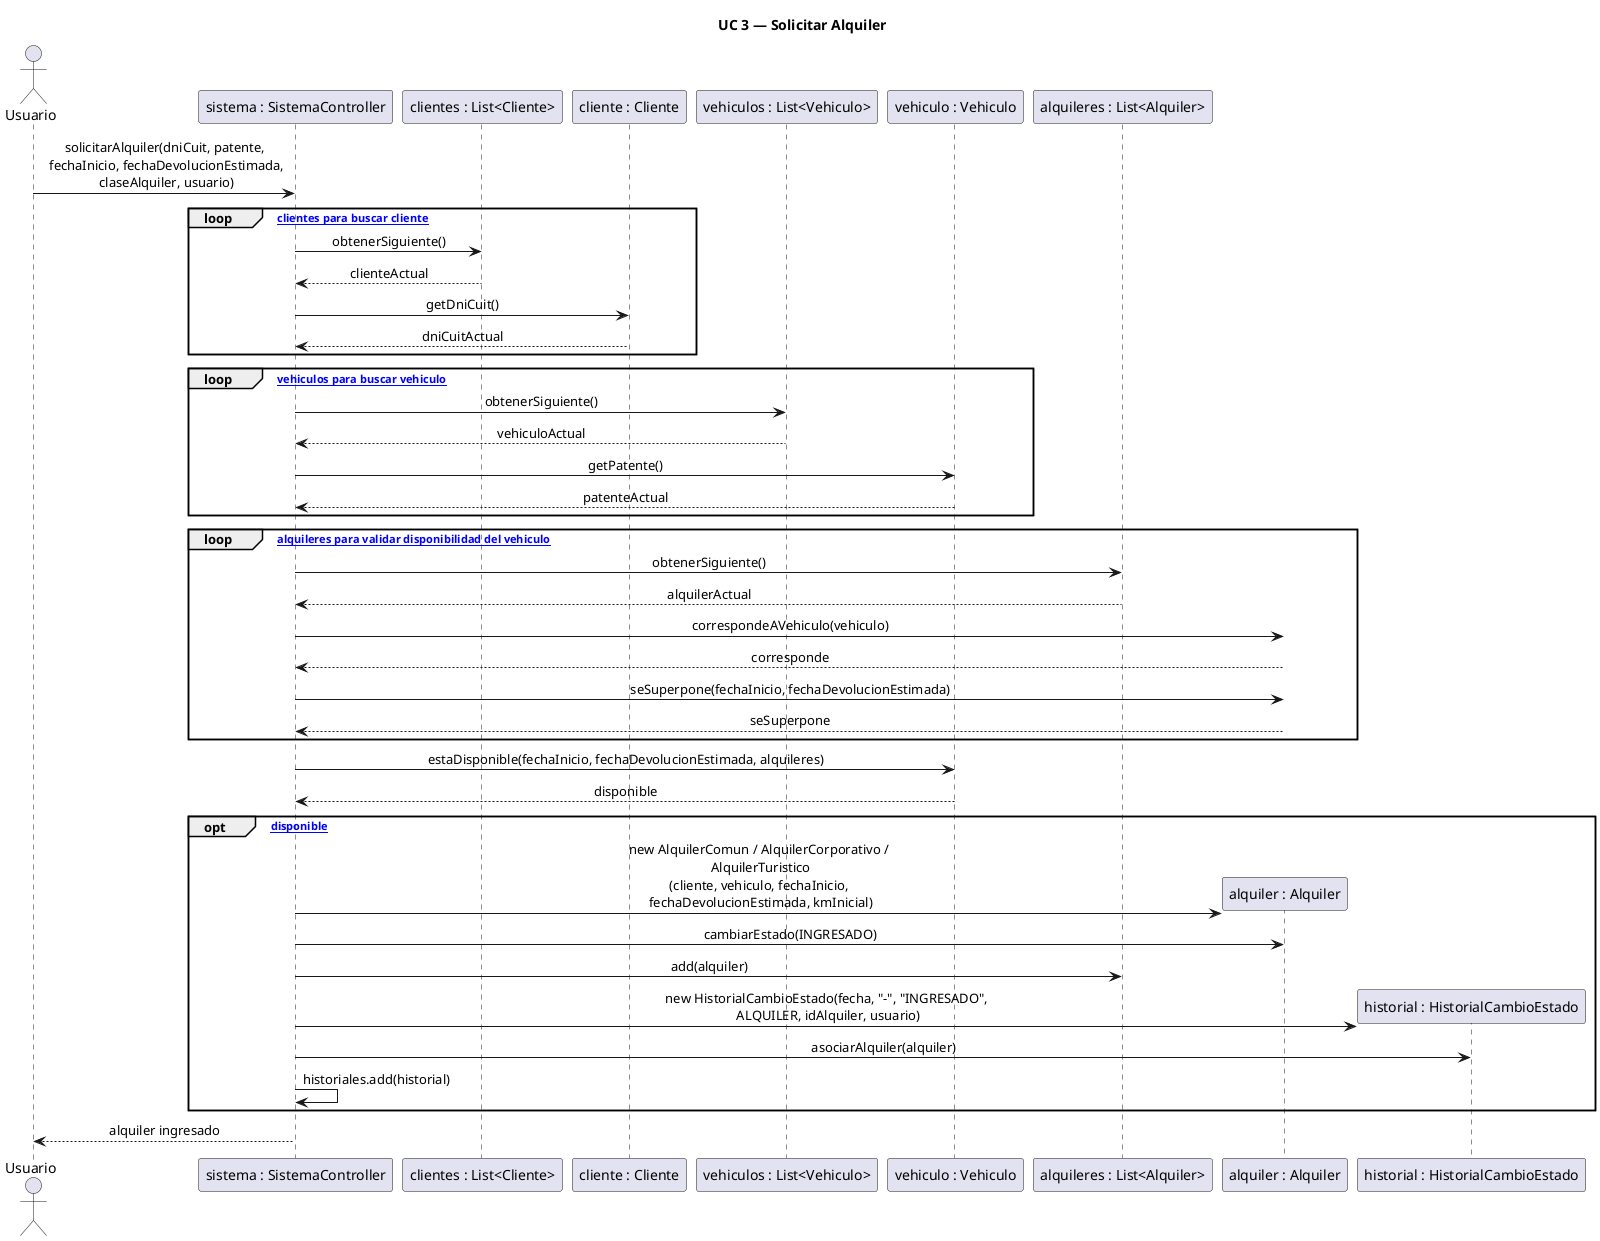
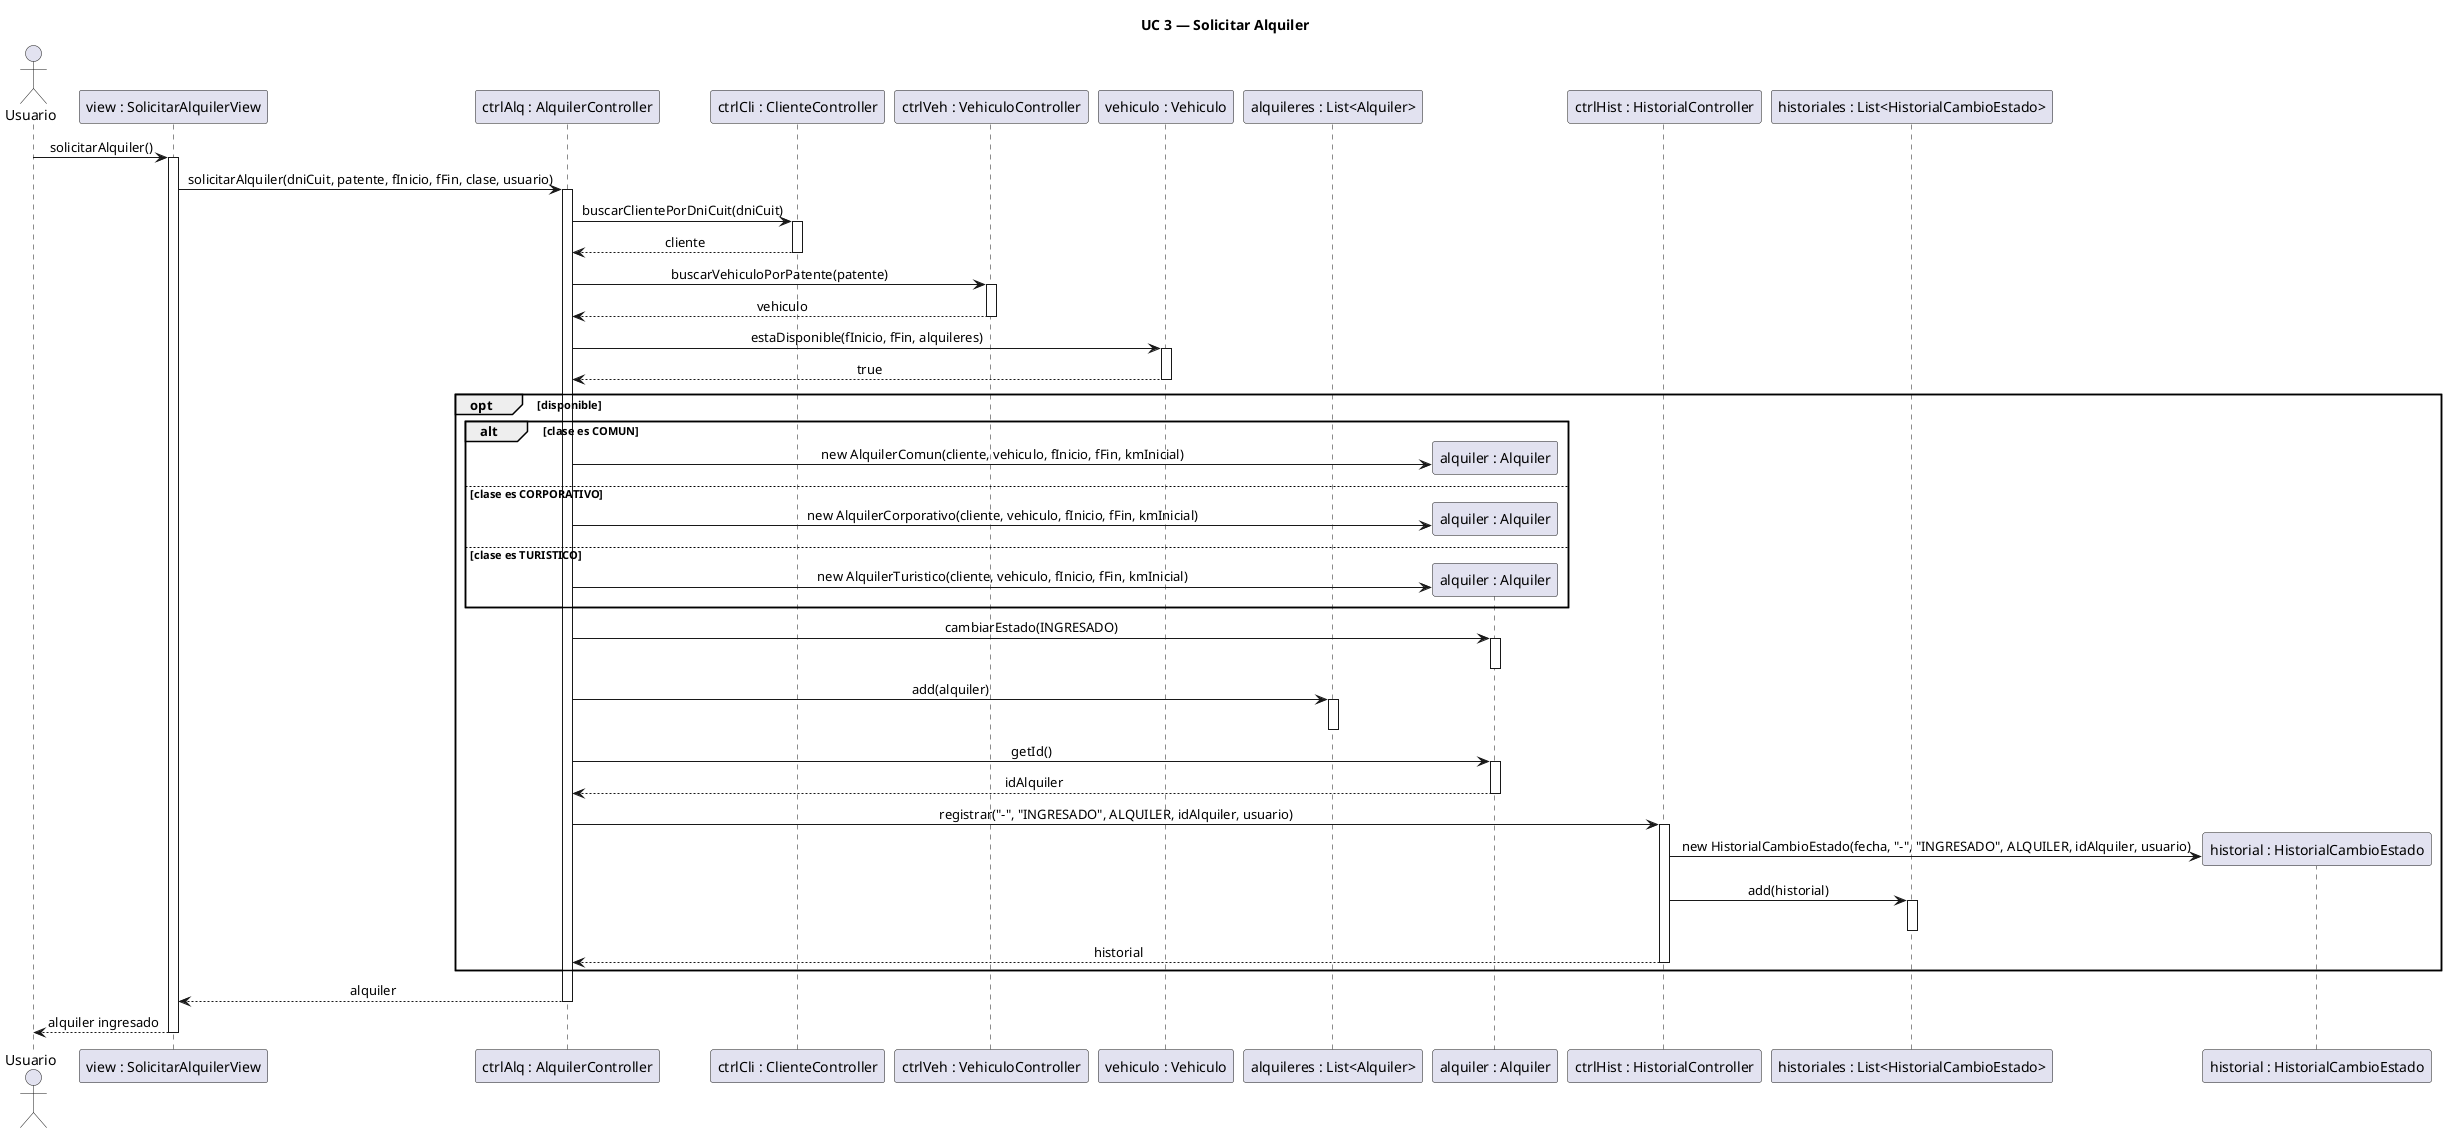
@startuml DS3_SolicitarAlquiler
skinparam sequenceMessageAlign center
skinparam responseMessageBelowArrow true

title UC 3 — Solicitar Alquiler

actor Usuario

- participant "sistema : SistemaController" as SC
- participant "clientes : List<Cliente>" as LC
- participant "cliente : Cliente" as C
- participant "vehiculos : List<Vehiculo>" as LV
- participant "vehiculo : Vehiculo" as V
+ participant "view : SolicitarAlquilerView" as V
+ participant "ctrlAlq : AlquilerController" as AC
+ participant "ctrlCli : ClienteController" as CC
+ participant "ctrlVeh : VehiculoController" as VC
+ participant "vehiculo : Vehiculo" as Veh
participant "alquileres : List<Alquiler>" as LA
participant "alquiler : Alquiler" as A
+ participant "ctrlHist : HistorialController" as HC
+ participant "historiales : List<HistorialCambioEstado>" as LH
participant "historial : HistorialCambioEstado" as H

- Usuario -> SC : solicitarAlquiler(dniCuit, patente,\n fechaInicio, fechaDevolucionEstimada,\n claseAlquiler, usuario)
+ Usuario -> V : solicitarAlquiler()
+ activate V

- loop [recorrer clientes para buscar cliente]
-     SC -> LC : obtenerSiguiente()
-     LC --> SC : clienteActual
-     SC -> C  : getDniCuit()
-     C --> SC  : dniCuitActual
+ V -> AC : solicitarAlquiler(dniCuit, patente, fInicio, fFin, clase, usuario)
+ activate AC
+ 
+ AC -> CC : buscarClientePorDniCuit(dniCuit)
+ activate CC
+ CC --> AC : cliente
+ deactivate CC
+ 
+ AC -> VC : buscarVehiculoPorPatente(patente)
+ activate VC
+ VC --> AC : vehiculo
+ deactivate VC
+ 
+ AC -> Veh : estaDisponible(fInicio, fFin, alquileres)
+ activate Veh
+ Veh --> AC : true
+ deactivate Veh
+ 
+ opt disponible
+     alt clase es COMUN
+         AC -> A ** : new AlquilerComun(cliente, vehiculo, fInicio, fFin, kmInicial)
+     else clase es CORPORATIVO
+         AC -> A ** : new AlquilerCorporativo(cliente, vehiculo, fInicio, fFin, kmInicial)
+     else clase es TURISTICO
+         AC -> A ** : new AlquilerTuristico(cliente, vehiculo, fInicio, fFin, kmInicial)
+     end
+ 
+     AC -> A : cambiarEstado(INGRESADO)
+     activate A
+     deactivate A
+ 
+     AC -> LA : add(alquiler)
+     activate LA
+     deactivate LA
+ 
+     AC -> A : getId()
+     activate A
+     A --> AC : idAlquiler
+     deactivate A
+ 
+     AC -> HC : registrar("-", "INGRESADO", ALQUILER, idAlquiler, usuario)
+     activate HC
+ 
+     HC -> H ** : new HistorialCambioEstado(fecha, "-", "INGRESADO", ALQUILER, idAlquiler, usuario)
+     HC -> LH : add(historial)
+     activate LH
+     deactivate LH
+ 
+     HC --> AC : historial
+     deactivate HC
end

- loop [recorrer vehiculos para buscar vehiculo]
-     SC -> LV : obtenerSiguiente()
-     LV --> SC : vehiculoActual
-     SC -> V  : getPatente()
-     V --> SC  : patenteActual
- end
+ AC --> V : alquiler
+ deactivate AC

- loop [recorrer alquileres para validar disponibilidad del vehiculo]
-     SC -> LA : obtenerSiguiente()
-     LA --> SC : alquilerActual
-     SC -> A  : correspondeAVehiculo(vehiculo)
-     A --> SC  : corresponde
-     SC -> A  : seSuperpone(fechaInicio, fechaDevolucionEstimada)
-     A --> SC  : seSuperpone
- end
- 
- SC -> V : estaDisponible(fechaInicio, fechaDevolucionEstimada, alquileres)
- V --> SC : disponible
- 
- opt [disponible]
-     SC -> A ** : new AlquilerComun / AlquilerCorporativo /\n AlquilerTuristico\n(cliente, vehiculo, fechaInicio,\n fechaDevolucionEstimada, kmInicial)
-     SC -> A  : cambiarEstado(INGRESADO)
-     SC -> LA : add(alquiler)
-     SC -> H ** : new HistorialCambioEstado(fecha, "-", "INGRESADO",\n ALQUILER, idAlquiler, usuario)
-     SC -> H  : asociarAlquiler(alquiler)
-     SC -> SC : historiales.add(historial)
- end
- 
- SC --> Usuario : alquiler ingresado
+ V --> Usuario : alquiler ingresado
+ deactivate V

@enduml
